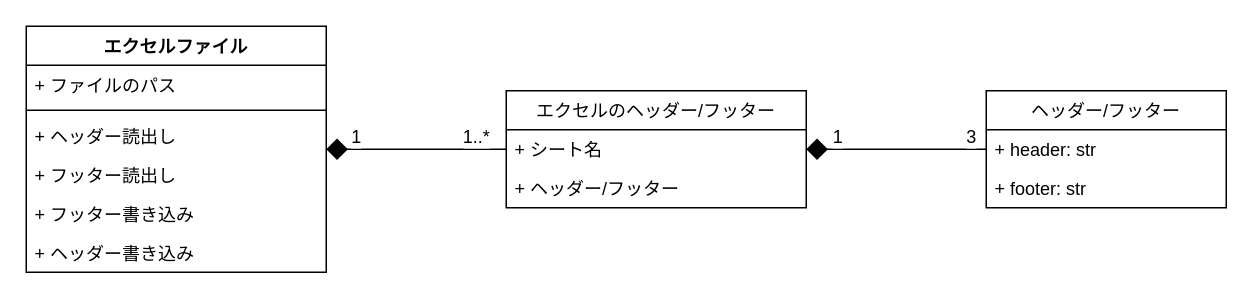
Above: page "Class diagram1" (2 of 3) of doc/design/design.drawio in CountrySideEngineer/PythonDeOffice (draw.io), before the change. Source tidied: cells renumbered, new cells numbered last; positions are measured from the earlier drawing's top-left corner, leaving out a move shared by most shapes. Both pictures are drawn from the tidied source at 150%, with x=0, y=0 at pixel (26, 26).
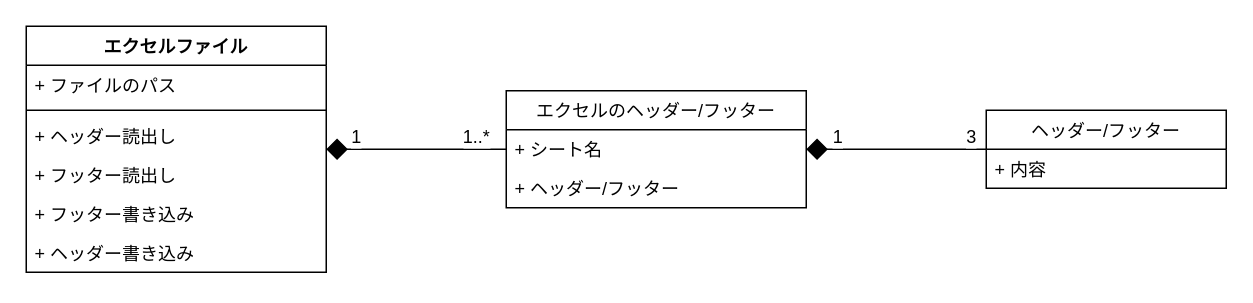
The same diagram, later.

Diff of the diagram source:
```diff
@@
     <mxCell id="2" value="ヘッダー/フッター" style="swimlane;fontStyle=0;horizontal=1;startSize=26;fillColor=none;" parent="1" vertex="1">
-      <mxGeometry x="640" y="43" width="160" height="78" as="geometry" />
+      <mxGeometry x="640" y="56" width="160" height="52" as="geometry" />
     </mxCell>
-    <mxCell id="3" value="+ header: str" style="text;strokeColor=none;fillColor=none;align=left;verticalAlign=top;spacingLeft=4;spacingRight=4;overflow=hidden;" parent="2" vertex="1">
-      <mxGeometry y="26" width="160" height="26" as="geometry" />
-    </mxCell>
-    <mxCell id="4" value="+ footer: str" style="text;strokeColor=none;fillColor=none;align=left;verticalAlign=top;spacingLeft=4;spacingRight=4;overflow=hidden;" parent="2" vertex="1">
-      <mxGeometry y="52" width="160" height="26" as="geometry" />
+    <mxCell id="4" value="+ 内容" style="text;strokeColor=none;fillColor=none;align=left;verticalAlign=top;spacingLeft=4;spacingRight=4;overflow=hidden;" parent="2" vertex="1">
+      <mxGeometry y="26" width="160" height="26" as="geometry" />
     </mxCell>
```
